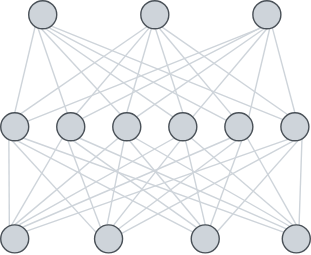
The draw.io diagram assets/network_drawing_grey2.svg in jacobdichter/jacobdichter.github.io, before a commit. Source tidied: cells renumbered, new cells last; positions are measured from the earlier drawing's top-left corner, leaving out a move shared by most shapes.
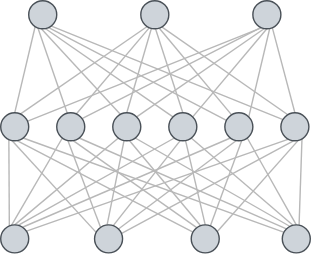
Later version of the same file.

Diff of the diagram source:
```diff
@@ -5,100 +5,100 @@
     <mxCell id="2" style="group;strokeColor=none;" parent="1" vertex="1">
       <mxGeometry width="221" height="180" as="geometry" />
     </mxCell>
-    <mxCell id="3" style="endArrow=none;html=1;rounded=0;entryX=0.226;entryY=0.937;entryDx=0;entryDy=0;entryPerimeter=0;strokeColor=light-dark(#CED4DA,#EDEDED);" parent="2" edge="1" target="29">
+    <mxCell id="3" style="endArrow=none;html=1;rounded=0;entryX=0.226;entryY=0.937;entryDx=0;entryDy=0;entryPerimeter=0;strokeColor=light-dark(#B8B8B8,#EDEDED);" parent="2" edge="1" target="29">
       <mxGeometry relative="1" as="geometry">
         <mxPoint x="10" y="80" as="sourcePoint" />
       </mxGeometry>
     </mxCell>
-    <mxCell id="4" style="endArrow=none;html=1;rounded=0;exitX=0.054;exitY=0.236;exitDx=0;exitDy=0;entryX=0.811;entryY=0.905;entryDx=0;entryDy=0;entryPerimeter=0;exitPerimeter=0;strokeColor=light-dark(#CED4DA,#EDEDED);" parent="2" edge="1" source="56" target="29">
+    <mxCell id="4" style="endArrow=none;html=1;rounded=0;exitX=0.054;exitY=0.236;exitDx=0;exitDy=0;entryX=0.811;entryY=0.905;entryDx=0;entryDy=0;entryPerimeter=0;exitPerimeter=0;strokeColor=light-dark(#B8B8B8,#EDEDED);" parent="2" edge="1" source="56" target="29">
       <mxGeometry relative="1" as="geometry" />
     </mxCell>
-    <mxCell id="5" style="endArrow=none;html=1;rounded=0;entryX=0.299;entryY=0.968;entryDx=0;entryDy=0;entryPerimeter=0;exitX=0.705;exitY=0.034;exitDx=0;exitDy=0;exitPerimeter=0;strokeColor=light-dark(#CED4DA,#EDEDED);" parent="2" edge="1" source="53" target="27">
+    <mxCell id="5" style="endArrow=none;html=1;rounded=0;entryX=0.299;entryY=0.968;entryDx=0;entryDy=0;entryPerimeter=0;exitX=0.705;exitY=0.034;exitDx=0;exitDy=0;exitPerimeter=0;strokeColor=light-dark(#B8B8B8,#EDEDED);" parent="2" edge="1" source="53" target="27">
       <mxGeometry relative="1" as="geometry" />
     </mxCell>
-    <mxCell id="6" style="endArrow=none;html=1;rounded=0;exitX=0.236;exitY=0.061;exitDx=0;exitDy=0;entryX=0.76;entryY=0.942;entryDx=0;entryDy=0;entryPerimeter=0;exitPerimeter=0;strokeColor=light-dark(#CED4DA,#EDEDED);" parent="2" edge="1" source="56" target="27">
+    <mxCell id="6" style="endArrow=none;html=1;rounded=0;exitX=0.236;exitY=0.061;exitDx=0;exitDy=0;entryX=0.76;entryY=0.942;entryDx=0;entryDy=0;entryPerimeter=0;exitPerimeter=0;strokeColor=light-dark(#B8B8B8,#EDEDED);" parent="2" edge="1" source="56" target="27">
       <mxGeometry relative="1" as="geometry" />
     </mxCell>
-    <mxCell id="7" style="endArrow=none;html=1;rounded=0;entryX=0.299;entryY=0.968;entryDx=0;entryDy=0;entryPerimeter=0;exitX=0.963;exitY=0.301;exitDx=0;exitDy=0;exitPerimeter=0;strokeColor=light-dark(#CED4DA,#EDEDED);" parent="2" edge="1" source="52" target="28">
+    <mxCell id="7" style="endArrow=none;html=1;rounded=0;entryX=0.299;entryY=0.968;entryDx=0;entryDy=0;entryPerimeter=0;exitX=0.963;exitY=0.301;exitDx=0;exitDy=0;exitPerimeter=0;strokeColor=light-dark(#B8B8B8,#EDEDED);" parent="2" edge="1" source="52" target="28">
       <mxGeometry relative="1" as="geometry" />
     </mxCell>
-    <mxCell id="8" style="endArrow=none;html=1;rounded=0;exitX=0.5;exitY=0;exitDx=0;exitDy=0;entryX=0.696;entryY=0.968;entryDx=0;entryDy=0;entryPerimeter=0;strokeColor=light-dark(#CED4DA,#EDEDED);" parent="2" edge="1" source="56" target="28">
+    <mxCell id="8" style="endArrow=none;html=1;rounded=0;exitX=0.5;exitY=0;exitDx=0;exitDy=0;entryX=0.696;entryY=0.968;entryDx=0;entryDy=0;entryPerimeter=0;strokeColor=light-dark(#B8B8B8,#EDEDED);" parent="2" edge="1" source="56" target="28">
       <mxGeometry relative="1" as="geometry" />
     </mxCell>
-    <mxCell id="9" style="endArrow=none;html=1;rounded=0;exitX=0.377;exitY=0.014;exitDx=0;exitDy=0;exitPerimeter=0;strokeColor=light-dark(#CED4DA,#EDEDED);entryX=0.328;entryY=0.974;entryDx=0;entryDy=0;entryPerimeter=0;" parent="2" edge="1" source="53" target="29">
+    <mxCell id="9" style="endArrow=none;html=1;rounded=0;exitX=0.377;exitY=0.014;exitDx=0;exitDy=0;exitPerimeter=0;strokeColor=light-dark(#B8B8B8,#EDEDED);entryX=0.328;entryY=0.974;entryDx=0;entryDy=0;entryPerimeter=0;" parent="2" edge="1" source="53" target="29">
       <mxGeometry relative="1" as="geometry" />
     </mxCell>
-    <mxCell id="10" style="endArrow=none;html=1;rounded=0;entryX=0.299;entryY=0.968;entryDx=0;entryDy=0;entryPerimeter=0;exitX=0.269;exitY=0.054;exitDx=0;exitDy=0;exitPerimeter=0;strokeColor=light-dark(#CED4DA,#EDEDED);" parent="2" edge="1" source="54">
+    <mxCell id="10" style="endArrow=none;html=1;rounded=0;entryX=0.299;entryY=0.968;entryDx=0;entryDy=0;entryPerimeter=0;exitX=0.269;exitY=0.054;exitDx=0;exitDy=0;exitPerimeter=0;strokeColor=light-dark(#B8B8B8,#EDEDED);" parent="2" edge="1" source="54">
       <mxGeometry relative="1" as="geometry">
         <mxPoint x="29" y="20" as="targetPoint" />
       </mxGeometry>
     </mxCell>
-    <mxCell id="11" style="endArrow=none;html=1;rounded=0;entryX=0.578;entryY=0.982;entryDx=0;entryDy=0;entryPerimeter=0;exitX=0;exitY=0;exitDx=0;exitDy=0;strokeColor=light-dark(#CED4DA,#EDEDED);" parent="2" edge="1" source="55" target="29">
+    <mxCell id="11" style="endArrow=none;html=1;rounded=0;entryX=0.578;entryY=0.982;entryDx=0;entryDy=0;entryPerimeter=0;exitX=0;exitY=0;exitDx=0;exitDy=0;strokeColor=light-dark(#B8B8B8,#EDEDED);" parent="2" edge="1" source="55" target="29">
       <mxGeometry relative="1" as="geometry" />
     </mxCell>
-    <mxCell id="12" style="endArrow=none;html=1;rounded=0;entryX=0.696;entryY=0.95;entryDx=0;entryDy=0;entryPerimeter=0;strokeColor=light-dark(#CED4DA,#EDEDED);" parent="2" edge="1" source="57" target="29">
+    <mxCell id="12" style="endArrow=none;html=1;rounded=0;entryX=0.696;entryY=0.95;entryDx=0;entryDy=0;entryPerimeter=0;strokeColor=light-dark(#B8B8B8,#EDEDED);" parent="2" edge="1" source="57" target="29">
       <mxGeometry relative="1" as="geometry" />
     </mxCell>
-    <mxCell id="13" style="endArrow=none;html=1;rounded=0;exitX=0.697;exitY=0.047;exitDx=0;exitDy=0;exitPerimeter=0;strokeColor=light-dark(#CED4DA,#EDEDED);entryX=0.229;entryY=0.921;entryDx=0;entryDy=0;entryPerimeter=0;" parent="2" edge="1" source="52" target="27">
+    <mxCell id="13" style="endArrow=none;html=1;rounded=0;exitX=0.697;exitY=0.047;exitDx=0;exitDy=0;exitPerimeter=0;strokeColor=light-dark(#B8B8B8,#EDEDED);entryX=0.229;entryY=0.921;entryDx=0;entryDy=0;entryPerimeter=0;" parent="2" edge="1" source="52" target="27">
       <mxGeometry relative="1" as="geometry" />
     </mxCell>
-    <mxCell id="14" style="endArrow=none;html=1;rounded=0;entryX=0.299;entryY=0.968;entryDx=0;entryDy=0;entryPerimeter=0;exitX=0.5;exitY=0;exitDx=0;exitDy=0;strokeColor=light-dark(#CED4DA,#EDEDED);" parent="2" edge="1" source="54">
+    <mxCell id="14" style="endArrow=none;html=1;rounded=0;entryX=0.299;entryY=0.968;entryDx=0;entryDy=0;entryPerimeter=0;exitX=0.5;exitY=0;exitDx=0;exitDy=0;strokeColor=light-dark(#B8B8B8,#EDEDED);" parent="2" edge="1" source="54">
       <mxGeometry relative="1" as="geometry">
         <mxPoint x="107.5" y="20" as="targetPoint" />
       </mxGeometry>
     </mxCell>
-    <mxCell id="15" style="endArrow=none;html=1;rounded=0;entryX=0.299;entryY=0.968;entryDx=0;entryDy=0;entryPerimeter=0;exitX=0.5;exitY=0;exitDx=0;exitDy=0;strokeColor=light-dark(#CED4DA,#EDEDED);" parent="2" edge="1" source="55">
+    <mxCell id="15" style="endArrow=none;html=1;rounded=0;entryX=0.299;entryY=0.968;entryDx=0;entryDy=0;entryPerimeter=0;exitX=0.5;exitY=0;exitDx=0;exitDy=0;strokeColor=light-dark(#B8B8B8,#EDEDED);" parent="2" edge="1" source="55">
       <mxGeometry relative="1" as="geometry">
         <mxPoint x="110.5" y="20" as="targetPoint" />
       </mxGeometry>
     </mxCell>
-    <mxCell id="16" style="endArrow=none;html=1;rounded=0;entryX=0.661;entryY=0.985;entryDx=0;entryDy=0;entryPerimeter=0;exitX=0.242;exitY=0.074;exitDx=0;exitDy=0;exitPerimeter=0;strokeColor=light-dark(#CED4DA,#EDEDED);" parent="2" edge="1" source="57" target="27">
+    <mxCell id="16" style="endArrow=none;html=1;rounded=0;entryX=0.661;entryY=0.985;entryDx=0;entryDy=0;entryPerimeter=0;exitX=0.242;exitY=0.074;exitDx=0;exitDy=0;exitPerimeter=0;strokeColor=light-dark(#B8B8B8,#EDEDED);" parent="2" edge="1" source="57" target="27">
       <mxGeometry relative="1" as="geometry" />
     </mxCell>
-    <mxCell id="17" style="endArrow=none;html=1;rounded=0;exitX=0.92;exitY=0.195;exitDx=0;exitDy=0;exitPerimeter=0;strokeColor=light-dark(#CED4DA,#EDEDED);" parent="2" edge="1" source="53">
+    <mxCell id="17" style="endArrow=none;html=1;rounded=0;exitX=0.92;exitY=0.195;exitDx=0;exitDy=0;exitPerimeter=0;strokeColor=light-dark(#B8B8B8,#EDEDED);" parent="2" edge="1" source="53">
       <mxGeometry relative="1" as="geometry">
         <mxPoint x="186" y="19" as="targetPoint" />
       </mxGeometry>
     </mxCell>
-    <mxCell id="18" style="endArrow=none;html=1;rounded=0;entryX=0.299;entryY=0.968;entryDx=0;entryDy=0;entryPerimeter=0;exitX=1;exitY=0;exitDx=0;exitDy=0;strokeColor=light-dark(#CED4DA,#EDEDED);" parent="2" edge="1" source="54">
+    <mxCell id="18" style="endArrow=none;html=1;rounded=0;entryX=0.299;entryY=0.968;entryDx=0;entryDy=0;entryPerimeter=0;exitX=1;exitY=0;exitDx=0;exitDy=0;strokeColor=light-dark(#B8B8B8,#EDEDED);" parent="2" edge="1" source="54">
       <mxGeometry relative="1" as="geometry">
         <mxPoint x="188" y="20" as="targetPoint" />
       </mxGeometry>
     </mxCell>
-    <mxCell id="19" style="endArrow=none;html=1;rounded=0;entryX=0.299;entryY=0.968;entryDx=0;entryDy=0;entryPerimeter=0;exitX=1;exitY=0;exitDx=0;exitDy=0;strokeColor=light-dark(#CED4DA,#EDEDED);" parent="2" edge="1" source="55">
+    <mxCell id="19" style="endArrow=none;html=1;rounded=0;entryX=0.299;entryY=0.968;entryDx=0;entryDy=0;entryPerimeter=0;exitX=1;exitY=0;exitDx=0;exitDy=0;strokeColor=light-dark(#B8B8B8,#EDEDED);" parent="2" edge="1" source="55">
       <mxGeometry relative="1" as="geometry">
         <mxPoint x="190" y="20" as="targetPoint" />
       </mxGeometry>
     </mxCell>
-    <mxCell id="20" style="endArrow=none;html=1;rounded=0;entryX=0.299;entryY=0.968;entryDx=0;entryDy=0;entryPerimeter=0;exitX=1;exitY=0;exitDx=0;exitDy=0;strokeColor=light-dark(#CED4DA,#EDEDED);" parent="2" edge="1" source="57">
+    <mxCell id="20" style="endArrow=none;html=1;rounded=0;entryX=0.299;entryY=0.968;entryDx=0;entryDy=0;entryPerimeter=0;exitX=1;exitY=0;exitDx=0;exitDy=0;strokeColor=light-dark(#B8B8B8,#EDEDED);" parent="2" edge="1" source="57">
       <mxGeometry relative="1" as="geometry">
         <mxPoint x="192" y="20" as="targetPoint" />
       </mxGeometry>
     </mxCell>
-    <mxCell id="21" style="endArrow=none;html=1;rounded=0;exitX=0.6;exitY=0;exitDx=0;exitDy=0;exitPerimeter=0;strokeColor=light-dark(#ced4da, #ededed);entryX=0.753;entryY=0.929;entryDx=0;entryDy=0;entryPerimeter=0;" parent="2" edge="1" source="36" target="56">
+    <mxCell id="21" style="endArrow=none;html=1;rounded=0;exitX=0.6;exitY=0;exitDx=0;exitDy=0;exitPerimeter=0;strokeColor=light-dark(#B8B8B8,#EDEDED);entryX=0.753;entryY=0.929;entryDx=0;entryDy=0;entryPerimeter=0;" parent="2" edge="1" source="36" target="56">
       <mxGeometry relative="1" as="geometry" />
     </mxCell>
-    <mxCell id="22" style="endArrow=none;html=1;rounded=0;exitX=0.045;exitY=0.256;exitDx=0;exitDy=0;exitPerimeter=0;strokeColor=light-dark(#ced4da, #ededed);" parent="2" edge="1" source="36">
+    <mxCell id="22" style="endArrow=none;html=1;rounded=0;exitX=0.045;exitY=0.256;exitDx=0;exitDy=0;exitPerimeter=0;strokeColor=light-dark(#B8B8B8,#EDEDED);" parent="2" edge="1" source="36">
       <mxGeometry relative="1" as="geometry">
         <mxPoint x="16" y="98" as="targetPoint" />
       </mxGeometry>
     </mxCell>
-    <mxCell id="23" style="endArrow=none;html=1;rounded=0;exitX=0;exitY=0;exitDx=0;exitDy=0;strokeColor=light-dark(#ced4da, #ededed);" parent="2" edge="1" source="36">
+    <mxCell id="23" style="endArrow=none;html=1;rounded=0;exitX=0;exitY=0;exitDx=0;exitDy=0;strokeColor=light-dark(#B8B8B8,#EDEDED);" parent="2" edge="1" source="36">
       <mxGeometry relative="1" as="geometry">
         <mxPoint x="56" y="98" as="targetPoint" />
       </mxGeometry>
     </mxCell>
-    <mxCell id="24" style="endArrow=none;html=1;rounded=0;exitX=0.263;exitY=0.05;exitDx=0;exitDy=0;exitPerimeter=0;strokeColor=light-dark(#ced4da, #ededed);" parent="2" edge="1" source="36">
+    <mxCell id="24" style="endArrow=none;html=1;rounded=0;exitX=0.263;exitY=0.05;exitDx=0;exitDy=0;exitPerimeter=0;strokeColor=light-dark(#B8B8B8,#EDEDED);" parent="2" edge="1" source="36">
       <mxGeometry relative="1" as="geometry">
         <mxPoint x="96" y="98" as="targetPoint" />
       </mxGeometry>
     </mxCell>
-    <mxCell id="25" style="endArrow=none;html=1;rounded=0;exitX=0.371;exitY=0.008;exitDx=0;exitDy=0;exitPerimeter=0;strokeColor=light-dark(#ced4da, #ededed);" parent="2" edge="1" source="36">
+    <mxCell id="25" style="endArrow=none;html=1;rounded=0;exitX=0.371;exitY=0.008;exitDx=0;exitDy=0;exitPerimeter=0;strokeColor=light-dark(#B8B8B8,#EDEDED);" parent="2" edge="1" source="36">
       <mxGeometry relative="1" as="geometry">
         <mxPoint x="136" y="98" as="targetPoint" />
       </mxGeometry>
     </mxCell>
-    <mxCell id="26" style="endArrow=none;html=1;rounded=0;exitX=0.5;exitY=0;exitDx=0;exitDy=0;strokeColor=light-dark(#ced4da, #ededed);" parent="2" edge="1" source="36">
+    <mxCell id="26" style="endArrow=none;html=1;rounded=0;exitX=0.5;exitY=0;exitDx=0;exitDy=0;strokeColor=light-dark(#B8B8B8,#EDEDED);" parent="2" edge="1" source="36">
       <mxGeometry relative="1" as="geometry">
         <mxPoint x="176" y="98" as="targetPoint" />
       </mxGeometry>
@@ -112,32 +112,32 @@
     <mxCell id="29" style="ellipse;whiteSpace=wrap;html=1;fillColor=light-dark(#ced4da, #EDEDED);strokeColor=light-dark(#495057, #EDEDED);" parent="2" vertex="1">
       <mxGeometry x="20" width="20" height="20" as="geometry" />
     </mxCell>
-    <mxCell id="30" style="endArrow=none;html=1;rounded=0;exitX=0.046;exitY=0.249;exitDx=0;exitDy=0;exitPerimeter=0;strokeColor=light-dark(#ced4da, #EDEDED);" parent="2" edge="1" source="44">
+    <mxCell id="30" style="endArrow=none;html=1;rounded=0;exitX=0.046;exitY=0.249;exitDx=0;exitDy=0;exitPerimeter=0;strokeColor=light-dark(#B8B8B8,#EDEDED);" parent="2" edge="1" source="44">
       <mxGeometry relative="1" as="geometry">
         <mxPoint x="12" y="100" as="targetPoint" />
       </mxGeometry>
     </mxCell>
-    <mxCell id="31" style="endArrow=none;html=1;rounded=0;exitX=0.197;exitY=0.101;exitDx=0;exitDy=0;exitPerimeter=0;strokeColor=light-dark(#ced4da, #EDEDED);" parent="2" edge="1" source="44">
+    <mxCell id="31" style="endArrow=none;html=1;rounded=0;exitX=0.197;exitY=0.101;exitDx=0;exitDy=0;exitPerimeter=0;strokeColor=light-dark(#B8B8B8,#EDEDED);" parent="2" edge="1" source="44">
       <mxGeometry relative="1" as="geometry">
         <mxPoint x="52" y="100" as="targetPoint" />
       </mxGeometry>
     </mxCell>
-    <mxCell id="32" style="endArrow=none;html=1;rounded=0;exitX=0.329;exitY=0.022;exitDx=0;exitDy=0;exitPerimeter=0;strokeColor=light-dark(#ced4da, #EDEDED);" parent="2" edge="1" source="44">
+    <mxCell id="32" style="endArrow=none;html=1;rounded=0;exitX=0.329;exitY=0.022;exitDx=0;exitDy=0;exitPerimeter=0;strokeColor=light-dark(#B8B8B8,#EDEDED);" parent="2" edge="1" source="44">
       <mxGeometry relative="1" as="geometry">
         <mxPoint x="92" y="100" as="targetPoint" />
       </mxGeometry>
     </mxCell>
-    <mxCell id="33" style="endArrow=none;html=1;rounded=0;exitX=0.5;exitY=0;exitDx=0;exitDy=0;strokeColor=light-dark(#ced4da, #EDEDED);" parent="2" edge="1" source="44">
+    <mxCell id="33" style="endArrow=none;html=1;rounded=0;exitX=0.5;exitY=0;exitDx=0;exitDy=0;strokeColor=light-dark(#B8B8B8,#EDEDED);" parent="2" edge="1" source="44">
       <mxGeometry relative="1" as="geometry">
         <mxPoint x="132" y="100" as="targetPoint" />
       </mxGeometry>
     </mxCell>
-    <mxCell id="34" style="endArrow=none;html=1;rounded=0;exitX=0.688;exitY=0.019;exitDx=0;exitDy=0;exitPerimeter=0;strokeColor=light-dark(#ced4da, #EDEDED);" parent="2" edge="1" source="44">
+    <mxCell id="34" style="endArrow=none;html=1;rounded=0;exitX=0.688;exitY=0.019;exitDx=0;exitDy=0;exitPerimeter=0;strokeColor=light-dark(#B8B8B8,#EDEDED);" parent="2" edge="1" source="44">
       <mxGeometry relative="1" as="geometry">
         <mxPoint x="172" y="100" as="targetPoint" />
       </mxGeometry>
     </mxCell>
-    <mxCell id="35" style="endArrow=none;html=1;rounded=0;exitX=0.933;exitY=0.236;exitDx=0;exitDy=0;exitPerimeter=0;strokeColor=light-dark(#ced4da, #EDEDED);" parent="2" edge="1" source="44">
+    <mxCell id="35" style="endArrow=none;html=1;rounded=0;exitX=0.933;exitY=0.236;exitDx=0;exitDy=0;exitPerimeter=0;strokeColor=light-dark(#B8B8B8,#EDEDED);" parent="2" edge="1" source="44">
       <mxGeometry relative="1" as="geometry">
         <mxPoint x="213" y="99" as="targetPoint" />
       </mxGeometry>
@@ -145,30 +145,30 @@
     <mxCell id="36" style="ellipse;whiteSpace=wrap;html=1;fillColor=light-dark(#ced4da, #ededed);strokeColor=light-dark(#495057, #ededed);" parent="2" vertex="1">
       <mxGeometry x="201" y="160" width="20" height="20" as="geometry" />
     </mxCell>
-    <mxCell id="37" style="endArrow=none;html=1;rounded=0;exitX=0.049;exitY=0.259;exitDx=0;exitDy=0;exitPerimeter=0;entryX=0.4;entryY=0.988;entryDx=0;entryDy=0;entryPerimeter=0;strokeColor=light-dark(#ced4da, #EDEDED);" parent="2" edge="1" source="43" target="52">
+    <mxCell id="37" style="endArrow=none;html=1;rounded=0;exitX=0.049;exitY=0.259;exitDx=0;exitDy=0;exitPerimeter=0;entryX=0.4;entryY=0.988;entryDx=0;entryDy=0;entryPerimeter=0;strokeColor=light-dark(#B8B8B8,#EDEDED);" parent="2" edge="1" source="43" target="52">
       <mxGeometry relative="1" as="geometry" />
     </mxCell>
-    <mxCell id="38" style="endArrow=none;html=1;rounded=0;exitX=0.213;exitY=0.082;exitDx=0;exitDy=0;exitPerimeter=0;entryX=0.4;entryY=0.988;entryDx=0;entryDy=0;entryPerimeter=0;strokeColor=light-dark(#ced4da, #EDEDED);" parent="2" edge="1" source="43">
+    <mxCell id="38" style="endArrow=none;html=1;rounded=0;exitX=0.213;exitY=0.082;exitDx=0;exitDy=0;exitPerimeter=0;entryX=0.4;entryY=0.988;entryDx=0;entryDy=0;entryPerimeter=0;strokeColor=light-dark(#B8B8B8,#EDEDED);" parent="2" edge="1" source="43">
       <mxGeometry relative="1" as="geometry">
         <mxPoint x="48" y="100" as="targetPoint" />
       </mxGeometry>
     </mxCell>
-    <mxCell id="39" style="endArrow=none;html=1;rounded=0;exitX=0.448;exitY=0.001;exitDx=0;exitDy=0;exitPerimeter=0;entryX=0.4;entryY=0.988;entryDx=0;entryDy=0;entryPerimeter=0;strokeColor=light-dark(#ced4da, #EDEDED);" parent="2" edge="1" source="43">
+    <mxCell id="39" style="endArrow=none;html=1;rounded=0;exitX=0.448;exitY=0.001;exitDx=0;exitDy=0;exitPerimeter=0;entryX=0.4;entryY=0.988;entryDx=0;entryDy=0;entryPerimeter=0;strokeColor=light-dark(#B8B8B8,#EDEDED);" parent="2" edge="1" source="43">
       <mxGeometry relative="1" as="geometry">
         <mxPoint x="88" y="100" as="targetPoint" />
       </mxGeometry>
     </mxCell>
-    <mxCell id="40" style="endArrow=none;html=1;rounded=0;exitX=0.667;exitY=0.029;exitDx=0;exitDy=0;exitPerimeter=0;entryX=0.4;entryY=0.988;entryDx=0;entryDy=0;entryPerimeter=0;strokeColor=light-dark(#ced4da, #EDEDED);" parent="2" edge="1" source="43">
+    <mxCell id="40" style="endArrow=none;html=1;rounded=0;exitX=0.667;exitY=0.029;exitDx=0;exitDy=0;exitPerimeter=0;entryX=0.4;entryY=0.988;entryDx=0;entryDy=0;entryPerimeter=0;strokeColor=light-dark(#B8B8B8,#EDEDED);" parent="2" edge="1" source="43">
       <mxGeometry relative="1" as="geometry">
         <mxPoint x="128" y="100" as="targetPoint" />
       </mxGeometry>
     </mxCell>
-    <mxCell id="41" style="endArrow=none;html=1;rounded=0;exitX=1;exitY=0;exitDx=0;exitDy=0;entryX=0.4;entryY=0.988;entryDx=0;entryDy=0;entryPerimeter=0;strokeColor=light-dark(#ced4da, #EDEDED);" parent="2" edge="1" source="43">
+    <mxCell id="41" style="endArrow=none;html=1;rounded=0;exitX=1;exitY=0;exitDx=0;exitDy=0;entryX=0.4;entryY=0.988;entryDx=0;entryDy=0;entryPerimeter=0;strokeColor=light-dark(#B8B8B8,#EDEDED);" parent="2" edge="1" source="43">
       <mxGeometry relative="1" as="geometry">
         <mxPoint x="168" y="100" as="targetPoint" />
       </mxGeometry>
     </mxCell>
-    <mxCell id="42" style="endArrow=none;html=1;rounded=0;entryX=0.4;entryY=0.988;entryDx=0;entryDy=0;entryPerimeter=0;exitX=0.968;exitY=0.302;exitDx=0;exitDy=0;exitPerimeter=0;strokeColor=light-dark(#ced4da, #EDEDED);" parent="2" edge="1" source="43">
+    <mxCell id="42" style="endArrow=none;html=1;rounded=0;entryX=0.4;entryY=0.988;entryDx=0;entryDy=0;entryPerimeter=0;exitX=0.968;exitY=0.302;exitDx=0;exitDy=0;exitPerimeter=0;strokeColor=light-dark(#B8B8B8,#EDEDED);" parent="2" edge="1" source="43">
       <mxGeometry relative="1" as="geometry">
         <mxPoint x="209" y="100" as="targetPoint" />
       </mxGeometry>
@@ -179,30 +179,30 @@
     <mxCell id="44" style="ellipse;whiteSpace=wrap;html=1;fillColor=light-dark(#ced4da, #EDEDED);strokeColor=light-dark(#495057, #EDEDED);" parent="2" vertex="1">
       <mxGeometry x="136" y="160" width="20" height="20" as="geometry" />
     </mxCell>
-    <mxCell id="45" style="endArrow=none;html=1;rounded=0;exitX=0.308;exitY=0.019;exitDx=0;exitDy=0;exitPerimeter=0;strokeColor=light-dark(#CED4DA,#EDEDED);entryX=0.291;entryY=0.959;entryDx=0;entryDy=0;entryPerimeter=0;" parent="2" edge="1" source="51" target="52">
+    <mxCell id="45" style="endArrow=none;html=1;rounded=0;exitX=0.308;exitY=0.019;exitDx=0;exitDy=0;exitPerimeter=0;strokeColor=light-dark(#B8B8B8,#EDEDED);entryX=0.291;entryY=0.959;entryDx=0;entryDy=0;entryPerimeter=0;" parent="2" edge="1" source="51" target="52">
       <mxGeometry relative="1" as="geometry" />
     </mxCell>
-    <mxCell id="46" style="endArrow=none;html=1;rounded=0;exitX=0.384;exitY=0.019;exitDx=0;exitDy=0;exitPerimeter=0;strokeColor=light-dark(#CED4DA,#EDEDED);" parent="2" edge="1" source="51">
+    <mxCell id="46" style="endArrow=none;html=1;rounded=0;exitX=0.384;exitY=0.019;exitDx=0;exitDy=0;exitPerimeter=0;strokeColor=light-dark(#B8B8B8,#EDEDED);" parent="2" edge="1" source="51">
       <mxGeometry relative="1" as="geometry">
         <mxPoint x="44" y="98" as="targetPoint" />
       </mxGeometry>
     </mxCell>
-    <mxCell id="47" style="endArrow=none;html=1;rounded=0;exitX=0.5;exitY=0;exitDx=0;exitDy=0;strokeColor=light-dark(#CED4DA,#EDEDED);" parent="2" edge="1" source="51">
+    <mxCell id="47" style="endArrow=none;html=1;rounded=0;exitX=0.5;exitY=0;exitDx=0;exitDy=0;strokeColor=light-dark(#B8B8B8,#EDEDED);" parent="2" edge="1" source="51">
       <mxGeometry relative="1" as="geometry">
         <mxPoint x="84" y="98" as="targetPoint" />
       </mxGeometry>
     </mxCell>
-    <mxCell id="48" style="endArrow=none;html=1;rounded=0;exitX=0.636;exitY=0.009;exitDx=0;exitDy=0;exitPerimeter=0;strokeColor=light-dark(#CED4DA,#EDEDED);" parent="2" edge="1" source="51">
+    <mxCell id="48" style="endArrow=none;html=1;rounded=0;exitX=0.636;exitY=0.009;exitDx=0;exitDy=0;exitPerimeter=0;strokeColor=light-dark(#B8B8B8,#EDEDED);" parent="2" edge="1" source="51">
       <mxGeometry relative="1" as="geometry">
         <mxPoint x="124" y="98" as="targetPoint" />
       </mxGeometry>
     </mxCell>
-    <mxCell id="49" style="endArrow=none;html=1;rounded=0;exitX=0.78;exitY=0.085;exitDx=0;exitDy=0;exitPerimeter=0;strokeColor=light-dark(#CED4DA,#EDEDED);" parent="2" edge="1" source="51">
+    <mxCell id="49" style="endArrow=none;html=1;rounded=0;exitX=0.78;exitY=0.085;exitDx=0;exitDy=0;exitPerimeter=0;strokeColor=light-dark(#B8B8B8,#EDEDED);" parent="2" edge="1" source="51">
       <mxGeometry relative="1" as="geometry">
         <mxPoint x="164" y="98" as="targetPoint" />
       </mxGeometry>
     </mxCell>
-    <mxCell id="50" style="endArrow=none;html=1;rounded=0;exitX=0.922;exitY=0.226;exitDx=0;exitDy=0;exitPerimeter=0;strokeColor=light-dark(#CED4DA,#EDEDED);" parent="2" edge="1" source="51">
+    <mxCell id="50" style="endArrow=none;html=1;rounded=0;exitX=0.922;exitY=0.226;exitDx=0;exitDy=0;exitPerimeter=0;strokeColor=light-dark(#B8B8B8,#EDEDED);" parent="2" edge="1" source="51">
       <mxGeometry relative="1" as="geometry">
         <mxPoint x="205" y="99" as="targetPoint" />
       </mxGeometry>
```
